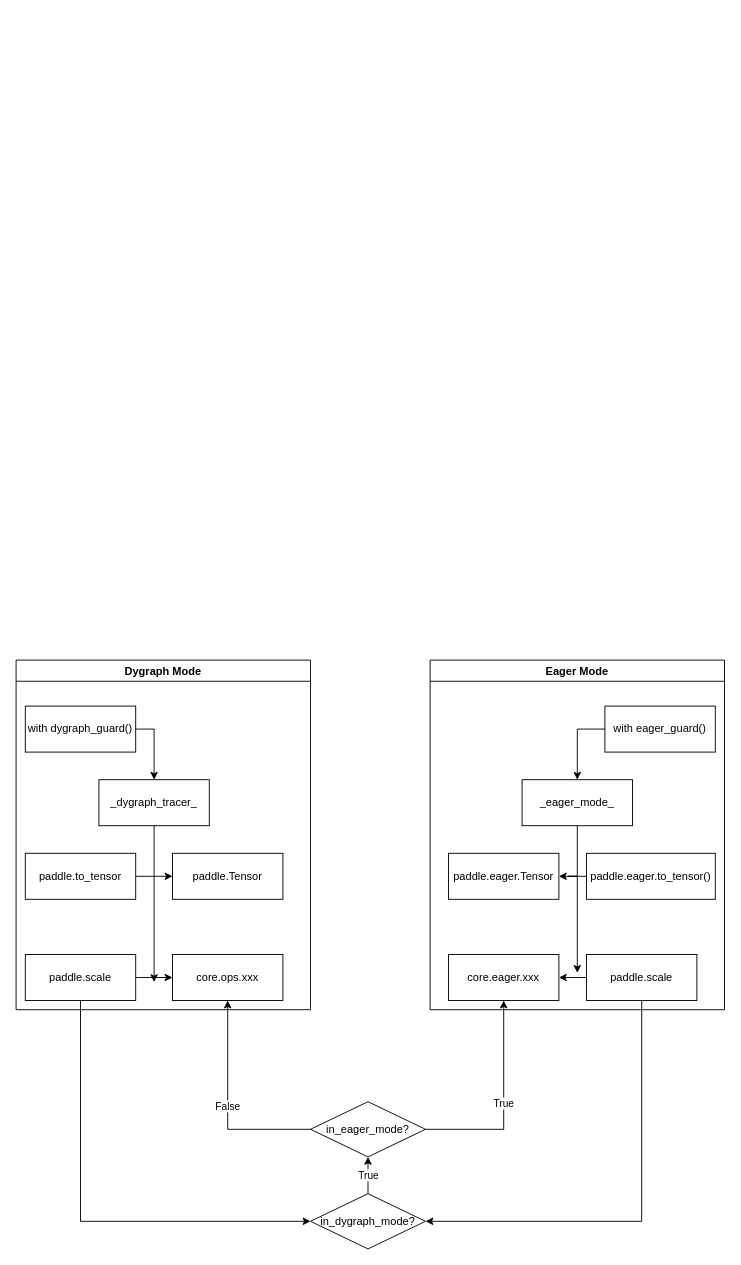
The draw.io diagram NewDygraphDevAPISystem.drawio in JiabinYang/Doc, before the edit. Source tidied: cells renumbered, new cells numbered last; positions are measured from the earlier drawing's top-left corner, leaving out a move shared by most shapes. Both pictures are drawn from the tidied source at 92%, with x=0, y=0 at pixel (16, 660).
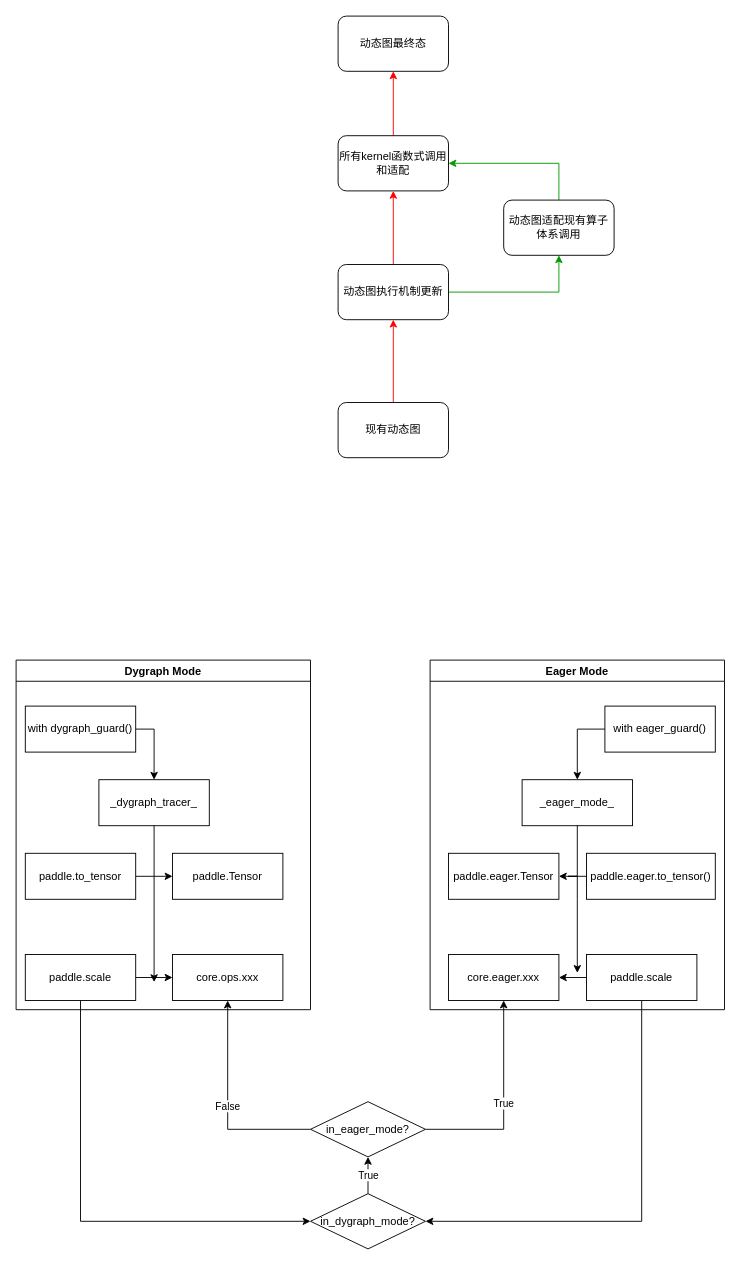
The same diagram, later.

The edit, as a diff of the source:
```diff
@@
+    <mxCell id="31" style="edgeStyle=orthogonalEdgeStyle;rounded=0;jettySize=auto;html=1;exitX=0.5;exitY=0;exitDx=0;exitDy=0;strokeColor=#FF0000;" parent="1" edge="1" source="32" target="38">
+      <mxGeometry relative="1" as="geometry" />
+    </mxCell>
+    <mxCell id="32" value="现有动态图" style="rounded=1;whiteSpace=wrap;html=1;" parent="1" vertex="1">
+      <mxGeometry x="350" y="-280" width="120" height="60" as="geometry" />
+    </mxCell>
+    <mxCell id="33" value="动态图最终态" style="rounded=1;whiteSpace=wrap;html=1;" parent="1" vertex="1">
+      <mxGeometry x="350" y="-700" width="120" height="60" as="geometry" />
+    </mxCell>
+    <mxCell id="34" style="edgeStyle=orthogonalEdgeStyle;rounded=0;jettySize=auto;html=1;exitX=0.5;exitY=0;exitDx=0;exitDy=0;entryX=0.5;entryY=1;entryDx=0;entryDy=0;strokeColor=#FF0000;" parent="1" edge="1" source="35" target="33">
+      <mxGeometry relative="1" as="geometry" />
+    </mxCell>
+    <mxCell id="35" value="所有kernel函数式调用和适配" style="rounded=1;whiteSpace=wrap;html=1;" parent="1" vertex="1">
+      <mxGeometry x="350" y="-570" width="120" height="60" as="geometry" />
+    </mxCell>
+    <mxCell id="36" style="edgeStyle=orthogonalEdgeStyle;rounded=0;jettySize=auto;html=1;exitX=0.5;exitY=0;exitDx=0;exitDy=0;entryX=0.5;entryY=1;entryDx=0;entryDy=0;strokeColor=#FF0000;" parent="1" edge="1" source="38" target="35">
+      <mxGeometry relative="1" as="geometry" />
+    </mxCell>
+    <mxCell id="37" style="edgeStyle=orthogonalEdgeStyle;rounded=0;jettySize=auto;html=1;exitX=1;exitY=0.5;exitDx=0;exitDy=0;entryX=0.5;entryY=1;entryDx=0;entryDy=0;strokeColor=#009900;" parent="1" edge="1" source="38" target="40">
+      <mxGeometry relative="1" as="geometry" />
+    </mxCell>
+    <mxCell id="38" value="动态图执行机制更新" style="rounded=1;whiteSpace=wrap;html=1;" parent="1" vertex="1">
+      <mxGeometry x="350" y="-430" width="120" height="60" as="geometry" />
+    </mxCell>
+    <mxCell id="39" style="edgeStyle=orthogonalEdgeStyle;rounded=0;jettySize=auto;html=1;exitX=0.5;exitY=0;exitDx=0;exitDy=0;entryX=1;entryY=0.5;entryDx=0;entryDy=0;strokeColor=#009900;" parent="1" edge="1" source="40" target="35">
+      <mxGeometry relative="1" as="geometry" />
+    </mxCell>
+    <mxCell id="40" value="动态图适配现有算子体系调用" style="rounded=1;whiteSpace=wrap;html=1;" parent="1" vertex="1">
+      <mxGeometry x="530" y="-500" width="120" height="60" as="geometry" />
+    </mxCell>
```
